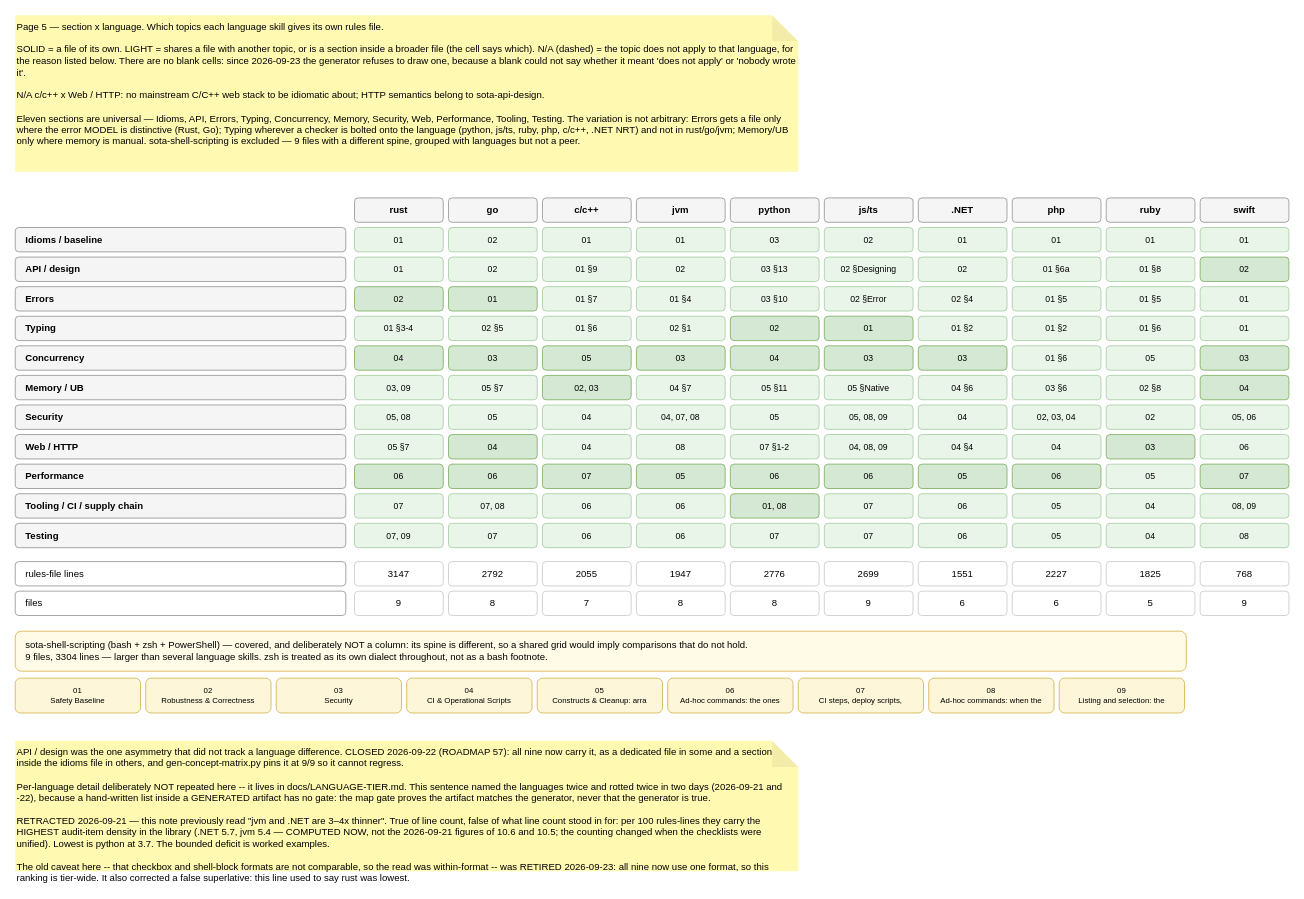
Before: page "5 · Section x language" (5 of 8) of docs/skill-map.drawio in martinholovsky/SOTA-skills, a draw.io diagram. Source tidied: cells renumbered, new cells numbered last; positions are measured from the earlier drawing's top-left corner, leaving out a move shared by most shapes. Both pictures are drawn from the tidied source at 87%, with x=0, y=0 at pixel (15, 15).
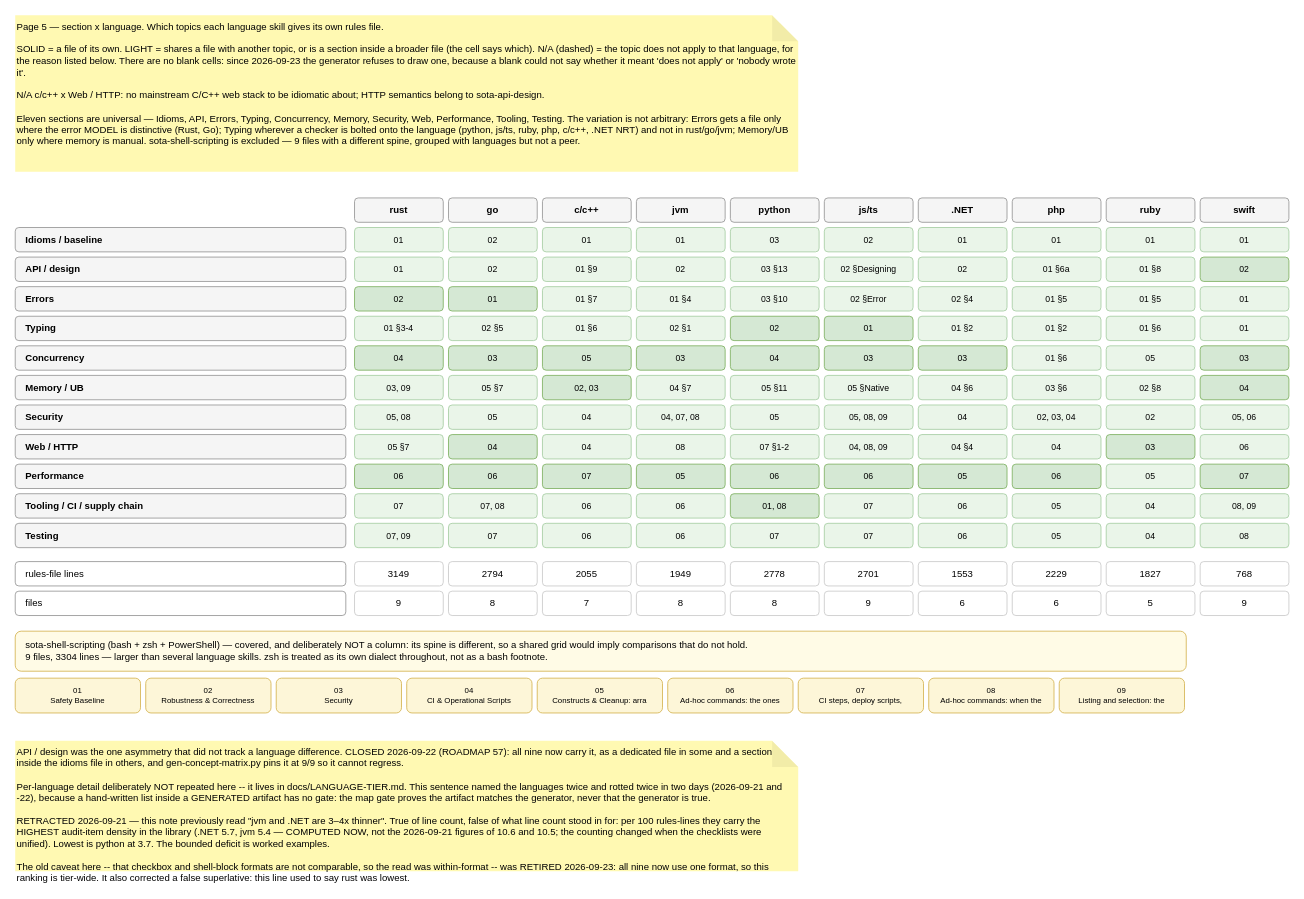
After the change.

Change to the diagram source:
```diff
@@
-    <mxCell id="135" value="3147" style="rounded=1;whiteSpace=wrap;html=1;fontSize=11;fillColor=#ffffff;strokeColor=#cccccc;fontSize=11;" parent="1" vertex="1">
+    <mxCell id="135" value="3149" style="rounded=1;whiteSpace=wrap;html=1;fontSize=11;fillColor=#ffffff;strokeColor=#cccccc;fontSize=11;" parent="1" vertex="1">
       <mxGeometry x="390" y="628" width="102" height="28" as="geometry" />
     </mxCell>
-    <mxCell id="136" value="2792" style="rounded=1;whiteSpace=wrap;html=1;fontSize=11;fillColor=#ffffff;strokeColor=#cccccc;fontSize=11;" parent="1" vertex="1">
+    <mxCell id="136" value="2794" style="rounded=1;whiteSpace=wrap;html=1;fontSize=11;fillColor=#ffffff;strokeColor=#cccccc;fontSize=11;" parent="1" vertex="1">
       <mxGeometry x="498" y="628" width="102" height="28" as="geometry" />
     </mxCell>
@@
-    <mxCell id="138" value="1947" style="rounded=1;whiteSpace=wrap;html=1;fontSize=11;fillColor=#ffffff;strokeColor=#cccccc;fontSize=11;" parent="1" vertex="1">
+    <mxCell id="138" value="1949" style="rounded=1;whiteSpace=wrap;html=1;fontSize=11;fillColor=#ffffff;strokeColor=#cccccc;fontSize=11;" parent="1" vertex="1">
       <mxGeometry x="714" y="628" width="102" height="28" as="geometry" />
     </mxCell>
-    <mxCell id="139" value="2776" style="rounded=1;whiteSpace=wrap;html=1;fontSize=11;fillColor=#ffffff;strokeColor=#cccccc;fontSize=11;" parent="1" vertex="1">
+    <mxCell id="139" value="2778" style="rounded=1;whiteSpace=wrap;html=1;fontSize=11;fillColor=#ffffff;strokeColor=#cccccc;fontSize=11;" parent="1" vertex="1">
       <mxGeometry x="822" y="628" width="102" height="28" as="geometry" />
     </mxCell>
-    <mxCell id="140" value="2699" style="rounded=1;whiteSpace=wrap;html=1;fontSize=11;fillColor=#ffffff;strokeColor=#cccccc;fontSize=11;" parent="1" vertex="1">
+    <mxCell id="140" value="2701" style="rounded=1;whiteSpace=wrap;html=1;fontSize=11;fillColor=#ffffff;strokeColor=#cccccc;fontSize=11;" parent="1" vertex="1">
       <mxGeometry x="930" y="628" width="102" height="28" as="geometry" />
     </mxCell>
-    <mxCell id="141" value="1551" style="rounded=1;whiteSpace=wrap;html=1;fontSize=11;fillColor=#ffffff;strokeColor=#cccccc;fontSize=11;" parent="1" vertex="1">
+    <mxCell id="141" value="1553" style="rounded=1;whiteSpace=wrap;html=1;fontSize=11;fillColor=#ffffff;strokeColor=#cccccc;fontSize=11;" parent="1" vertex="1">
       <mxGeometry x="1038" y="628" width="102" height="28" as="geometry" />
     </mxCell>
-    <mxCell id="142" value="2227" style="rounded=1;whiteSpace=wrap;html=1;fontSize=11;fillColor=#ffffff;strokeColor=#cccccc;fontSize=11;" parent="1" vertex="1">
+    <mxCell id="142" value="2229" style="rounded=1;whiteSpace=wrap;html=1;fontSize=11;fillColor=#ffffff;strokeColor=#cccccc;fontSize=11;" parent="1" vertex="1">
       <mxGeometry x="1146" y="628" width="102" height="28" as="geometry" />
     </mxCell>
-    <mxCell id="143" value="1825" style="rounded=1;whiteSpace=wrap;html=1;fontSize=11;fillColor=#ffffff;strokeColor=#cccccc;fontSize=11;" parent="1" vertex="1">
+    <mxCell id="143" value="1827" style="rounded=1;whiteSpace=wrap;html=1;fontSize=11;fillColor=#ffffff;strokeColor=#cccccc;fontSize=11;" parent="1" vertex="1">
       <mxGeometry x="1254" y="628" width="102" height="28" as="geometry" />
     </mxCell>
```
